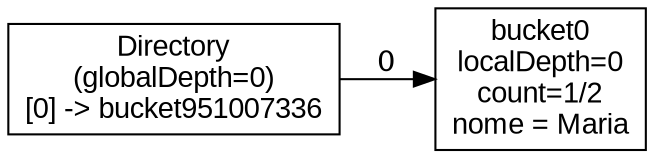
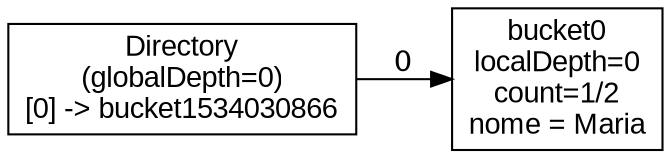
digraph "test2_update" {
  rankdir=LR;
  node [shape=box, fontname=Arial];
-   dir [label="Directory\n(globalDepth=0)\n[0] -> bucket951007336\n"];
+   dir [label="Directory\n(globalDepth=0)\n[0] -> bucket1534030866\n"];
  bucket0 [label="bucket0\nlocalDepth=0\ncount=1/2\nnome = Maria\n"];
  dir -> bucket0 [label="0"];
}
